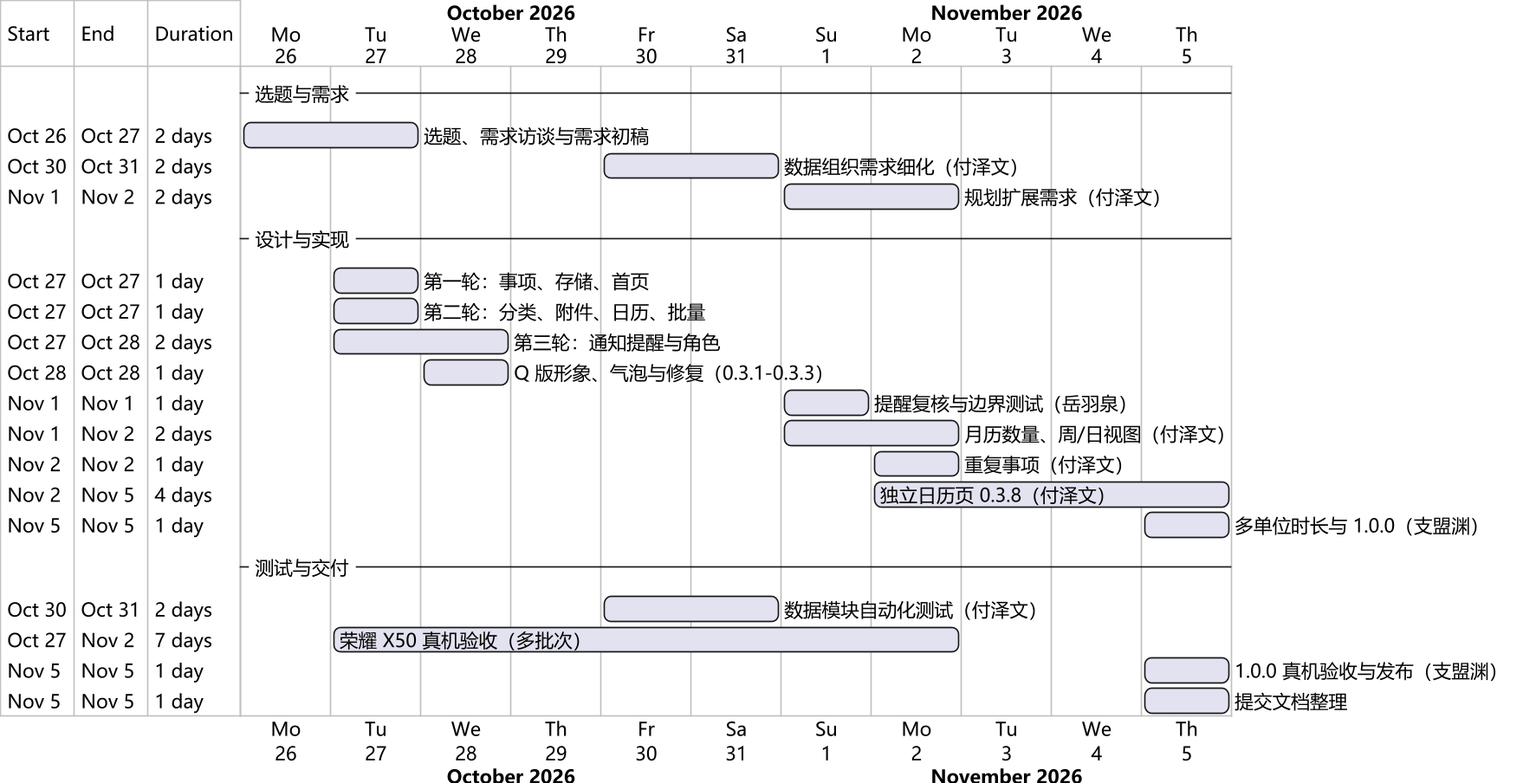
Before: deliverables/diagrams/gantt.png, a diagram exported from PlantUML (zidodo1124/hust26_software_engineering_homework).
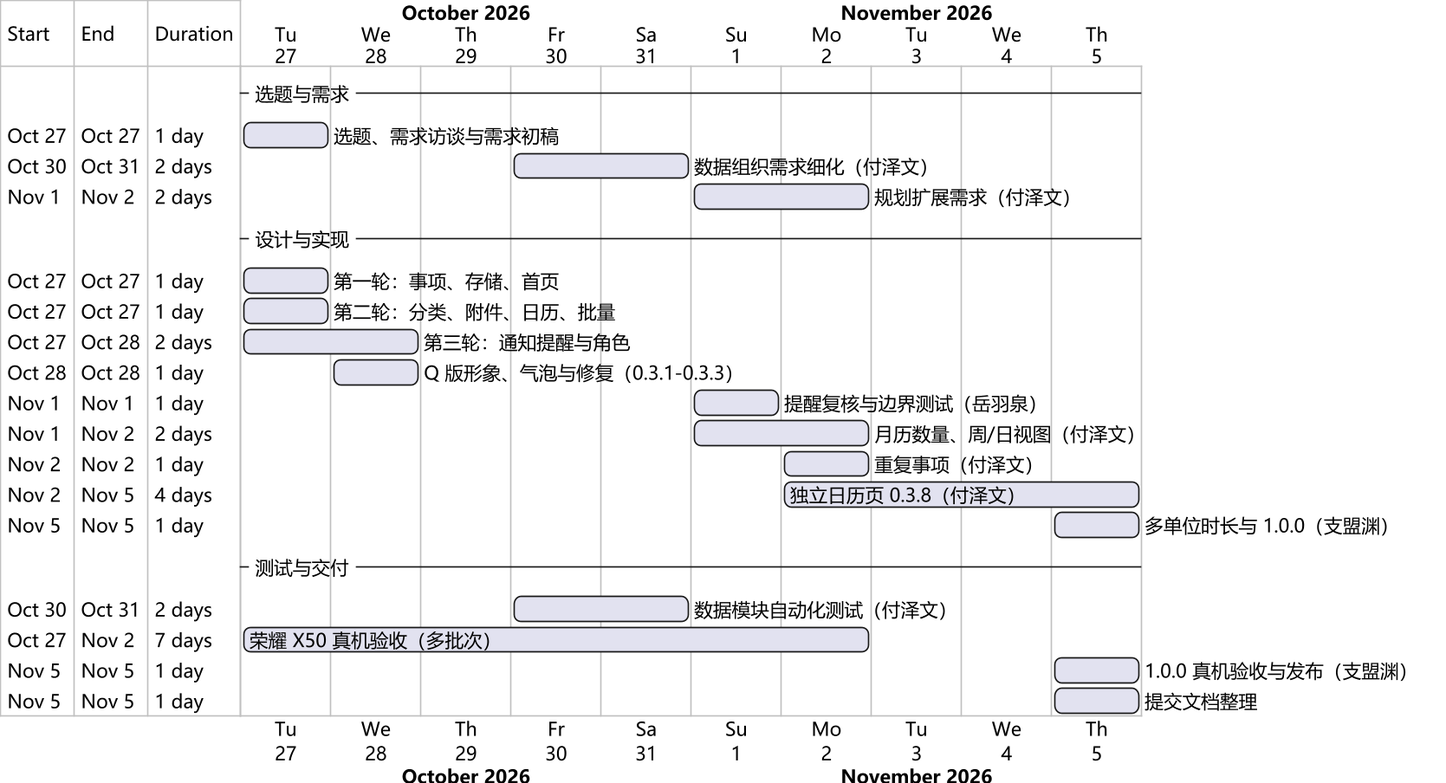
Later version of the same file.

What changed in the source:
```diff
@@ -1,9 +1,9 @@
 @startgantt gantt
 !include _style.iuml
 printscale daily zoom 3
-Project starts 2026-10-26
+Project starts 2026-10-27
 -- 选题与需求 --
-[选题、需求访谈与需求初稿] as [R] starts 2026-10-26 and ends 2026-10-27
+[选题、需求访谈与需求初稿] as [R] starts 2026-10-27 and ends 2026-10-27
 [数据组织需求细化（付泽文）] starts 2026-10-30 and ends 2026-10-31
 [规划扩展需求（付泽文）] starts 2026-11-01 and ends 2026-11-02
 -- 设计与实现 --
```
